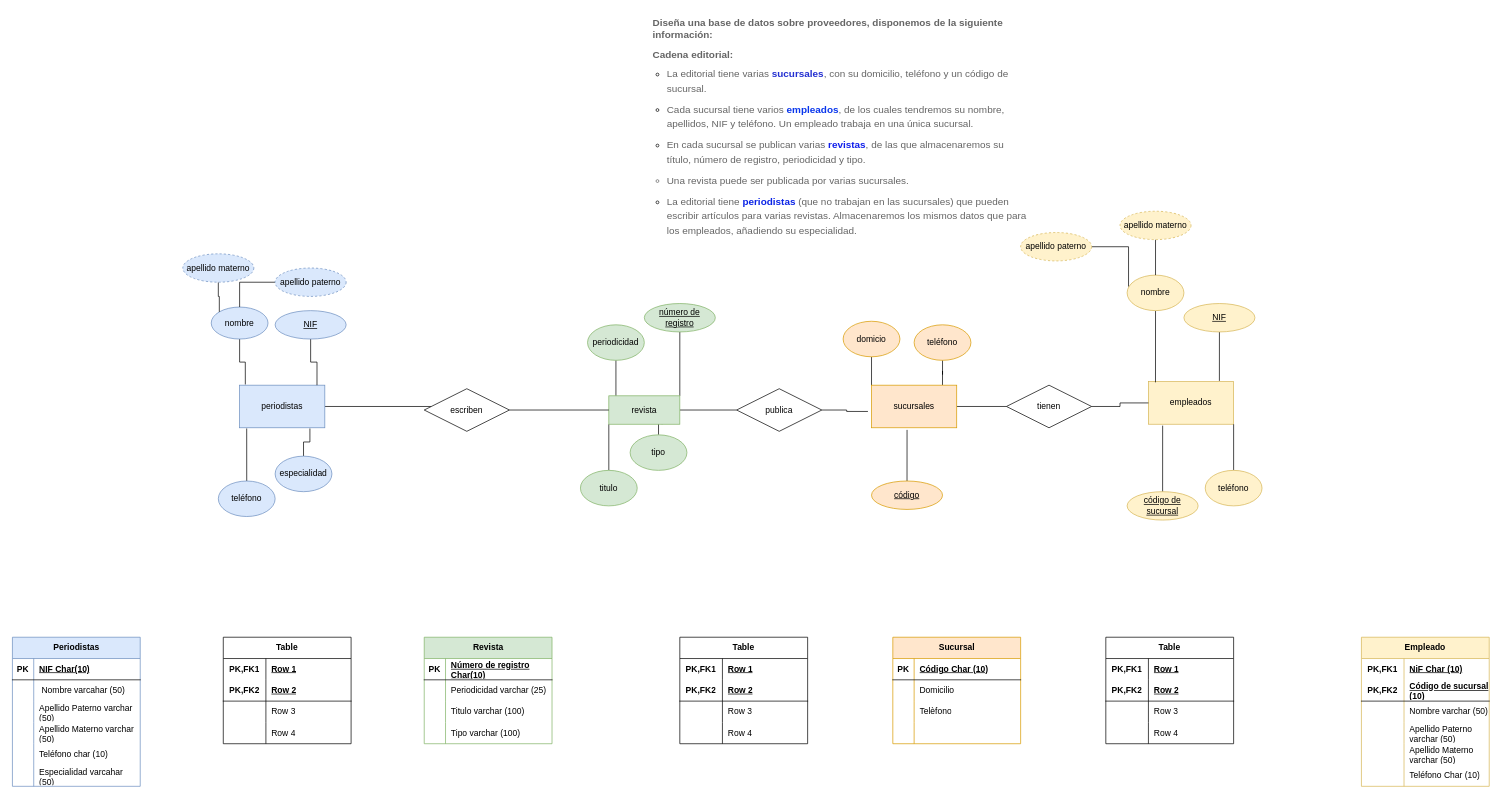
Above: Diagrama sin título.drawio in SandraGael/prueba (draw.io), before the change. Source tidied: cells renumbered, new cells numbered last; positions are measured from the earlier drawing's top-left corner, leaving out a move shared by most shapes. Both pictures are drawn from the tidied source at 71%, with x=0, y=0 at pixel (12, 12).
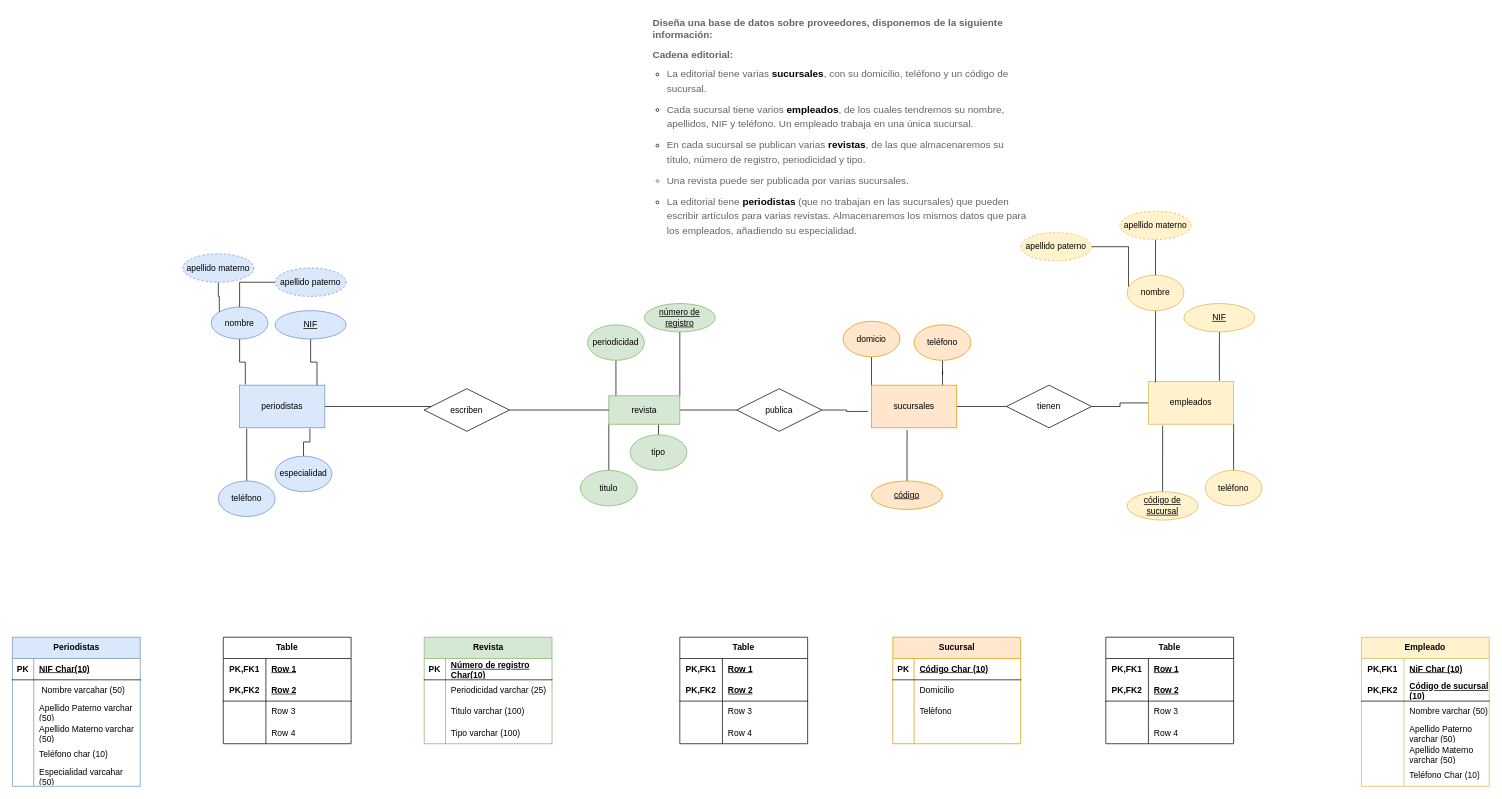
The same page after the edit.

Change to the diagram source:
```diff
@@
-    <mxCell id="2" value="&lt;p style=&quot;margin: 0px 0px 10px 30px; color: rgb(101, 101, 101); font-family: &amp;quot;Century Gothic&amp;quot;, Arial, Helvetica, sans-serif; font-size: 14px; font-style: normal; font-variant-ligatures: normal; font-variant-caps: normal; font-weight: 400; letter-spacing: normal; orphans: 2; text-align: left; text-indent: 0px; text-transform: none; widows: 2; word-spacing: 0px; -webkit-text-stroke-width: 0px; background-color: rgb(255, 255, 255); text-decoration-thickness: initial; text-decoration-style: initial; text-decoration-color: initial;&quot; dir=&quot;ltr&quot;&gt;&lt;strong style=&quot;font-weight: bold;&quot;&gt;&lt;strong style=&quot;font-weight: bold;&quot;&gt;Diseña una base de datos sobre proveedores, disponemos de la siguiente información:&lt;/strong&gt;&lt;/strong&gt;&lt;/p&gt;&lt;p style=&quot;margin: 0px 0px 10px 30px; color: rgb(101, 101, 101); font-family: &amp;quot;Century Gothic&amp;quot;, Arial, Helvetica, sans-serif; font-size: 14px; font-style: normal; font-variant-ligatures: normal; font-variant-caps: normal; font-weight: 400; letter-spacing: normal; orphans: 2; text-align: left; text-indent: 0px; text-transform: none; widows: 2; word-spacing: 0px; -webkit-text-stroke-width: 0px; background-color: rgb(255, 255, 255); text-decoration-thickness: initial; text-decoration-style: initial; text-decoration-color: initial;&quot; dir=&quot;ltr&quot;&gt;&lt;/p&gt;&lt;p style=&quot;margin: 0px 0px 10px 30px; color: rgb(101, 101, 101); font-family: &amp;quot;Century Gothic&amp;quot;, Arial, Helvetica, sans-serif; font-size: 14px; font-style: normal; font-variant-ligatures: normal; font-variant-caps: normal; font-weight: 400; letter-spacing: normal; orphans: 2; text-align: left; text-indent: 0px; text-transform: none; widows: 2; word-spacing: 0px; -webkit-text-stroke-width: 0px; background-color: rgb(255, 255, 255); text-decoration-thickness: initial; text-decoration-style: initial; text-decoration-color: initial;&quot; dir=&quot;ltr&quot;&gt;&lt;strong style=&quot;font-weight: bold;&quot;&gt;Cadena editorial:&lt;/strong&gt;&lt;/p&gt;&lt;ul style=&quot;padding: 0px; margin: 0px 0px 10px 25px; font-family: &amp;quot;Century Gothic&amp;quot;, Arial, Helvetica, sans-serif; font-size: 14px; font-style: normal; font-variant-ligatures: normal; font-variant-caps: normal; letter-spacing: normal; orphans: 2; text-align: left; text-indent: 0px; text-transform: none; widows: 2; word-spacing: 0px; -webkit-text-stroke-width: 0px; background-color: rgb(255, 255, 255); text-decoration-thickness: initial; text-decoration-style: initial; text-decoration-color: initial;&quot;&gt;&lt;li style=&quot;line-height: 20px; list-style-type: none;&quot;&gt;&lt;ul style=&quot;padding: 0px; margin: 0px 0px 0px 25px;&quot;&gt;&lt;li style=&quot;line-height: 20px;&quot; aria-level=&quot;1&quot; dir=&quot;ltr&quot;&gt;&lt;p style=&quot;margin: 0px 0px 10px;&quot; role=&quot;presentation&quot; dir=&quot;ltr&quot;&gt;&lt;font style=&quot;font-weight: 400;&quot; color=&quot;#656565&quot;&gt;La editorial tiene varias &lt;/font&gt;&lt;font style=&quot;&quot; color=&quot;#232fd1&quot;&gt;&lt;b&gt;sucursales&lt;/b&gt;&lt;/font&gt;&lt;font style=&quot;font-weight: 400;&quot; color=&quot;#656565&quot;&gt;, con su domicilio, teléfono y un código de sucursal.&lt;/font&gt;&lt;/p&gt;&lt;/li&gt;&lt;li style=&quot;line-height: 20px;&quot; aria-level=&quot;1&quot; dir=&quot;ltr&quot;&gt;&lt;p style=&quot;margin: 0px 0px 10px;&quot; role=&quot;presentation&quot; dir=&quot;ltr&quot;&gt;&lt;font style=&quot;font-weight: 400;&quot; color=&quot;#656565&quot;&gt;Cada sucursal tiene varios &lt;/font&gt;&lt;font style=&quot;&quot; color=&quot;#0936ec&quot;&gt;&lt;b&gt;empleados&lt;/b&gt;&lt;/font&gt;&lt;font style=&quot;font-weight: 400;&quot; color=&quot;#656565&quot;&gt;, de los cuales tendremos su nombre, apellidos, NIF y teléfono. Un empleado trabaja en una única sucursal.&lt;/font&gt;&lt;/p&gt;&lt;/li&gt;&lt;li style=&quot;line-height: 20px;&quot; aria-level=&quot;1&quot; dir=&quot;ltr&quot;&gt;&lt;p style=&quot;margin: 0px 0px 10px;&quot; role=&quot;presentation&quot; dir=&quot;ltr&quot;&gt;&lt;font style=&quot;font-weight: 400;&quot; color=&quot;#656565&quot;&gt;En cada sucursal se publican varias &lt;/font&gt;&lt;font style=&quot;&quot; color=&quot;#0f1eeb&quot;&gt;&lt;b&gt;revistas&lt;/b&gt;&lt;/font&gt;&lt;font style=&quot;font-weight: 400;&quot; color=&quot;#656565&quot;&gt;, de las que almacenaremos su título, número de registro, periodicidad y tipo.&lt;/font&gt;&lt;/p&gt;&lt;/li&gt;&lt;li style=&quot;font-weight: 400; color: rgb(101, 101, 101); line-height: 20px;&quot; aria-level=&quot;1&quot; dir=&quot;ltr&quot;&gt;&lt;p style=&quot;margin: 0px 0px 10px;&quot; role=&quot;presentation&quot; dir=&quot;ltr&quot;&gt;Una revista puede ser publicada por varias sucursales.&lt;/p&gt;&lt;/li&gt;&lt;li style=&quot;line-height: 20px;&quot; aria-level=&quot;1&quot; dir=&quot;ltr&quot;&gt;&lt;p style=&quot;margin: 0px 0px 10px;&quot; role=&quot;presentation&quot; dir=&quot;ltr&quot;&gt;&lt;font style=&quot;font-weight: 400;&quot; color=&quot;#656565&quot;&gt;La editorial tiene &lt;/font&gt;&lt;font style=&quot;&quot; color=&quot;#0a23e6&quot;&gt;&lt;b&gt;periodistas&lt;/b&gt;&lt;/font&gt;&lt;font style=&quot;font-weight: 400;&quot; color=&quot;#656565&quot;&gt; (que no trabajan en las sucursales) que pueden escribir artículos para varias revistas. Almacenaremos los mismos datos que para los empleados, añadiendo su especialidad.&lt;/font&gt;&lt;/p&gt;&lt;/li&gt;&lt;/ul&gt;&lt;/li&gt;&lt;/ul&gt;" style="text;whiteSpace=wrap;html=1;" parent="1" vertex="1">
+    <mxCell id="2" value="&lt;p style=&quot;margin: 0px 0px 10px 30px; color: rgb(101, 101, 101); font-family: &amp;quot;Century Gothic&amp;quot;, Arial, Helvetica, sans-serif; font-size: 14px; font-style: normal; font-variant-ligatures: normal; font-variant-caps: normal; font-weight: 400; letter-spacing: normal; orphans: 2; text-align: left; text-indent: 0px; text-transform: none; widows: 2; word-spacing: 0px; -webkit-text-stroke-width: 0px; background-color: rgb(255, 255, 255); text-decoration-thickness: initial; text-decoration-style: initial; text-decoration-color: initial;&quot; dir=&quot;ltr&quot;&gt;&lt;strong style=&quot;font-weight: bold;&quot;&gt;&lt;strong style=&quot;font-weight: bold;&quot;&gt;Diseña una base de datos sobre proveedores, disponemos de la siguiente información:&lt;/strong&gt;&lt;/strong&gt;&lt;/p&gt;&lt;p style=&quot;margin: 0px 0px 10px 30px; color: rgb(101, 101, 101); font-family: &amp;quot;Century Gothic&amp;quot;, Arial, Helvetica, sans-serif; font-size: 14px; font-style: normal; font-variant-ligatures: normal; font-variant-caps: normal; font-weight: 400; letter-spacing: normal; orphans: 2; text-align: left; text-indent: 0px; text-transform: none; widows: 2; word-spacing: 0px; -webkit-text-stroke-width: 0px; background-color: rgb(255, 255, 255); text-decoration-thickness: initial; text-decoration-style: initial; text-decoration-color: initial;&quot; dir=&quot;ltr&quot;&gt;&lt;/p&gt;&lt;p style=&quot;margin: 0px 0px 10px 30px; color: rgb(101, 101, 101); font-family: &amp;quot;Century Gothic&amp;quot;, Arial, Helvetica, sans-serif; font-size: 14px; font-style: normal; font-variant-ligatures: normal; font-variant-caps: normal; font-weight: 400; letter-spacing: normal; orphans: 2; text-align: left; text-indent: 0px; text-transform: none; widows: 2; word-spacing: 0px; -webkit-text-stroke-width: 0px; background-color: rgb(255, 255, 255); text-decoration-thickness: initial; text-decoration-style: initial; text-decoration-color: initial;&quot; dir=&quot;ltr&quot;&gt;&lt;strong style=&quot;font-weight: bold;&quot;&gt;Cadena editorial:&lt;/strong&gt;&lt;/p&gt;&lt;ul style=&quot;padding: 0px; margin: 0px 0px 10px 25px; font-family: &amp;quot;Century Gothic&amp;quot;, Arial, Helvetica, sans-serif; font-size: 14px; font-style: normal; font-variant-ligatures: normal; font-variant-caps: normal; letter-spacing: normal; orphans: 2; text-align: left; text-indent: 0px; text-transform: none; widows: 2; word-spacing: 0px; -webkit-text-stroke-width: 0px; background-color: rgb(255, 255, 255); text-decoration-thickness: initial; text-decoration-style: initial; text-decoration-color: initial;&quot;&gt;&lt;li style=&quot;line-height: 20px; list-style-type: none;&quot;&gt;&lt;ul style=&quot;padding: 0px; margin: 0px 0px 0px 25px;&quot;&gt;&lt;li style=&quot;line-height: 20px;&quot; aria-level=&quot;1&quot; dir=&quot;ltr&quot;&gt;&lt;p style=&quot;margin: 0px 0px 10px;&quot; role=&quot;presentation&quot; dir=&quot;ltr&quot;&gt;&lt;font style=&quot;font-weight: 400;&quot; color=&quot;#656565&quot;&gt;La editorial tiene varias &lt;/font&gt;&lt;b style=&quot;&quot;&gt;sucursales&lt;/b&gt;&lt;font style=&quot;font-weight: 400;&quot; color=&quot;#656565&quot;&gt;, con su domicilio, teléfono y un código de sucursal.&lt;/font&gt;&lt;/p&gt;&lt;/li&gt;&lt;li style=&quot;line-height: 20px;&quot; aria-level=&quot;1&quot; dir=&quot;ltr&quot;&gt;&lt;p style=&quot;margin: 0px 0px 10px;&quot; role=&quot;presentation&quot; dir=&quot;ltr&quot;&gt;&lt;font style=&quot;font-weight: 400;&quot; color=&quot;#656565&quot;&gt;Cada sucursal tiene varios &lt;/font&gt;&lt;b style=&quot;&quot;&gt;empleados&lt;/b&gt;&lt;font style=&quot;font-weight: 400;&quot; color=&quot;#656565&quot;&gt;, de los cuales tendremos su nombre, apellidos, NIF y teléfono. Un empleado trabaja en una única sucursal.&lt;/font&gt;&lt;/p&gt;&lt;/li&gt;&lt;li style=&quot;line-height: 20px;&quot; aria-level=&quot;1&quot; dir=&quot;ltr&quot;&gt;&lt;p style=&quot;margin: 0px 0px 10px;&quot; role=&quot;presentation&quot; dir=&quot;ltr&quot;&gt;&lt;font style=&quot;font-weight: 400;&quot; color=&quot;#656565&quot;&gt;En cada sucursal se publican varias &lt;/font&gt;&lt;b style=&quot;&quot;&gt;revistas&lt;/b&gt;&lt;font style=&quot;font-weight: 400;&quot; color=&quot;#656565&quot;&gt;, de las que almacenaremos su título, número de registro, periodicidad y tipo.&lt;/font&gt;&lt;/p&gt;&lt;/li&gt;&lt;li style=&quot;font-weight: 400; color: rgb(101, 101, 101); line-height: 20px;&quot; aria-level=&quot;1&quot; dir=&quot;ltr&quot;&gt;&lt;p style=&quot;margin: 0px 0px 10px;&quot; role=&quot;presentation&quot; dir=&quot;ltr&quot;&gt;Una revista puede ser publicada por varias sucursales.&lt;/p&gt;&lt;/li&gt;&lt;li style=&quot;line-height: 20px;&quot; aria-level=&quot;1&quot; dir=&quot;ltr&quot;&gt;&lt;p style=&quot;margin: 0px 0px 10px;&quot; role=&quot;presentation&quot; dir=&quot;ltr&quot;&gt;&lt;font style=&quot;font-weight: 400;&quot; color=&quot;#656565&quot;&gt;La editorial tiene &lt;/font&gt;&lt;b style=&quot;&quot;&gt;periodistas&lt;/b&gt;&lt;font style=&quot;font-weight: 400;&quot; color=&quot;#656565&quot;&gt; (que no trabajan en las sucursales) que pueden escribir artículos para varias revistas. Almacenaremos los mismos datos que para los empleados, añadiendo su especialidad.&lt;/font&gt;&lt;/p&gt;&lt;/li&gt;&lt;/ul&gt;&lt;/li&gt;&lt;/ul&gt;" style="text;whiteSpace=wrap;html=1;" parent="1" vertex="1">
       <mxGeometry x="870" width="560" height="360" as="geometry" />
     </mxCell>
```
